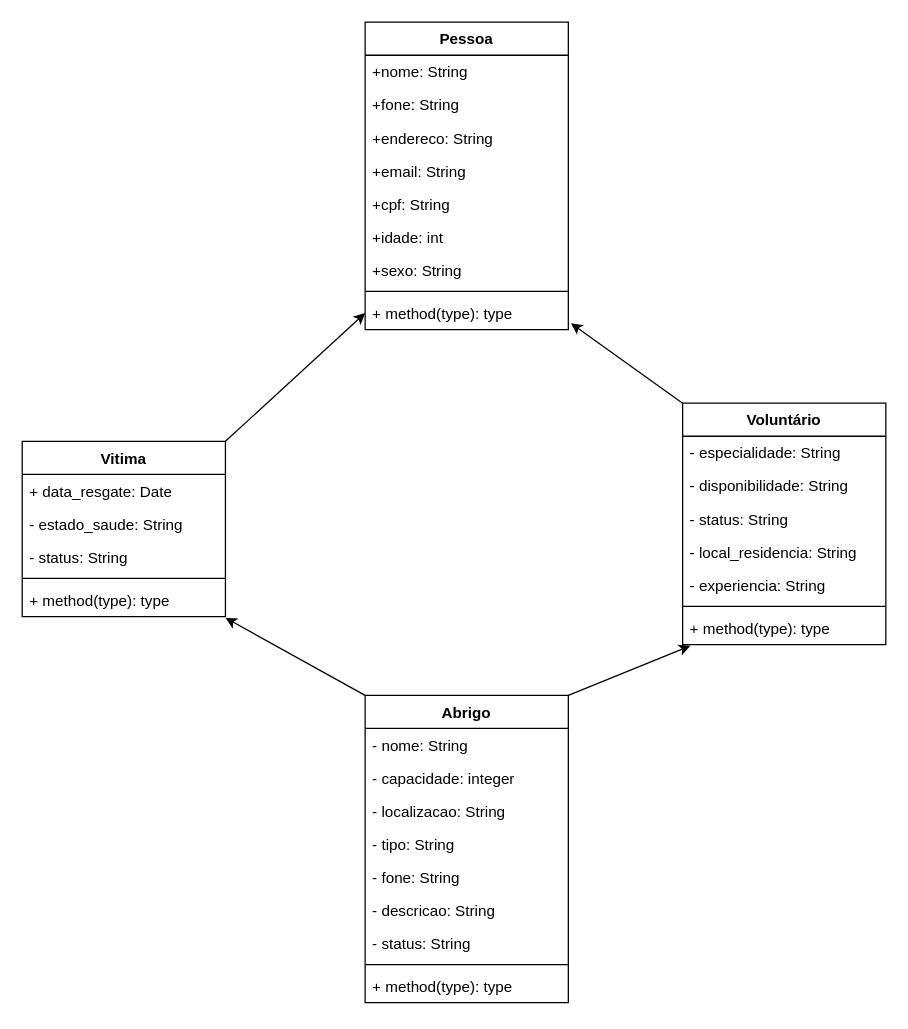
Before: diagrama.drawio in PedroOttavio/definitivoCrudDjango, a draw.io diagram. Source tidied: cells renumbered, new cells numbered last; positions are measured from the earlier drawing's top-left corner, leaving out a move shared by most shapes. Both pictures are drawn from the tidied source at 127%, with x=0, y=0 at pixel (22, 22).
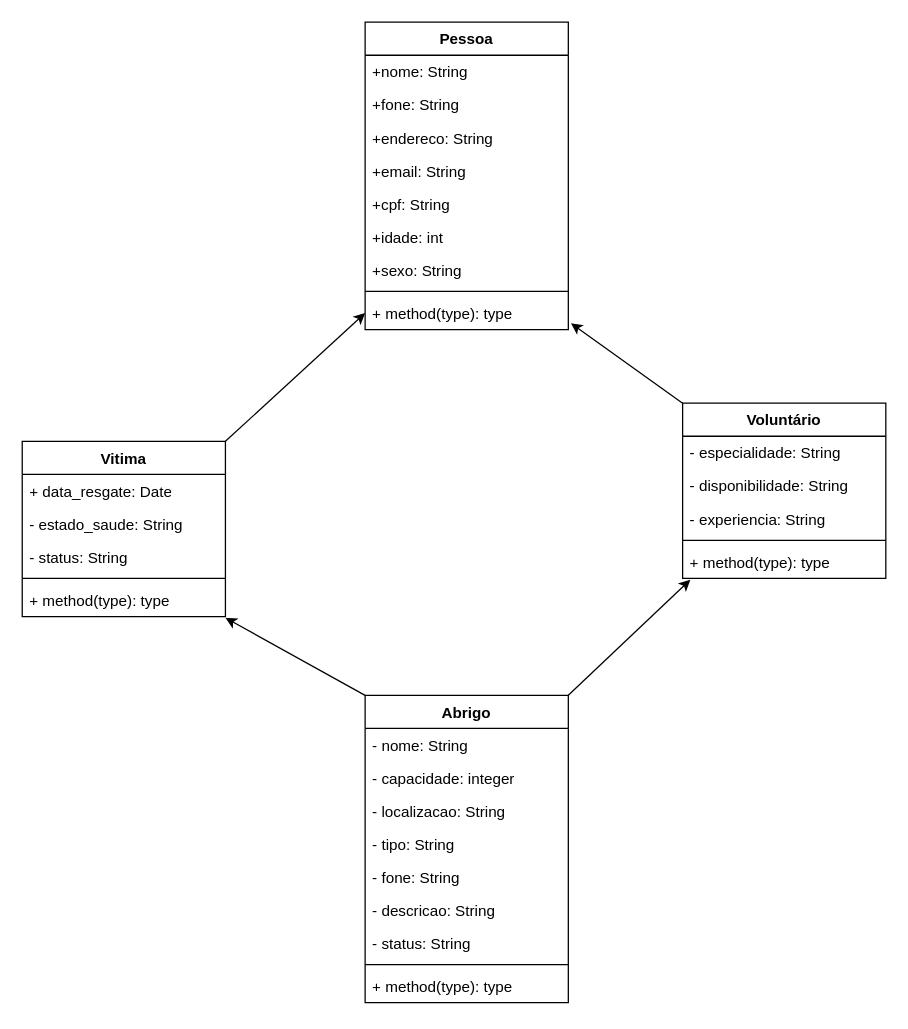
The same diagram, later.

What changed in the source:
```diff
@@
     <mxCell id="20" value="Voluntário&lt;div&gt;&lt;br&gt;&lt;/div&gt;" style="swimlane;fontStyle=1;align=center;verticalAlign=top;horizontal=1;startSize=26;whiteSpace=wrap;html=1;" parent="1" vertex="1">
-      <mxGeometry x="520" y="300" width="160" height="190" as="geometry" />
+      <mxGeometry x="520" y="300" width="160" height="138" as="geometry" />
     </mxCell>
@@
-    <mxCell id="23" value="&lt;div&gt;- status: String&lt;/div&gt;" style="text;strokeColor=none;fillColor=none;align=left;verticalAlign=top;spacingLeft=4;spacingRight=4;overflow=hidden;whiteSpace=wrap;html=1;" parent="20" vertex="1">
-      <mxGeometry y="78" width="160" height="26" as="geometry" />
-    </mxCell>
-    <mxCell id="24" value="&lt;div&gt;- local_residencia: String&lt;/div&gt;" style="text;strokeColor=none;fillColor=none;align=left;verticalAlign=top;spacingLeft=4;spacingRight=4;overflow=hidden;whiteSpace=wrap;html=1;" parent="20" vertex="1">
-      <mxGeometry y="104" width="160" height="26" as="geometry" />
-    </mxCell>
     <mxCell id="25" value="&lt;div&gt;- experiencia: String&lt;/div&gt;" style="text;strokeColor=none;fillColor=none;align=left;verticalAlign=top;spacingLeft=4;spacingRight=4;overflow=hidden;whiteSpace=wrap;html=1;" parent="20" vertex="1">
-      <mxGeometry y="130" width="160" height="26" as="geometry" />
+      <mxGeometry y="78" width="160" height="26" as="geometry" />
     </mxCell>
     <mxCell id="26" style="line;strokeWidth=1;fillColor=none;align=left;verticalAlign=middle;spacingTop=-1;spacingLeft=3;spacingRight=3;labelPosition=right;strokeColor=inherit;" parent="20" vertex="1">
-      <mxGeometry y="156" width="160" height="8" as="geometry" />
+      <mxGeometry y="104" width="160" height="8" as="geometry" />
     </mxCell>
     <mxCell id="27" value="+ method(type): type" style="text;strokeColor=none;fillColor=none;align=left;verticalAlign=top;spacingLeft=4;spacingRight=4;overflow=hidden;points=[[0,0.5],[1,0.5]];portConstraint=eastwest;whiteSpace=wrap;html=1;" parent="20" vertex="1">
-      <mxGeometry y="164" width="160" height="26" as="geometry" />
+      <mxGeometry y="112" width="160" height="26" as="geometry" />
     </mxCell>
```
